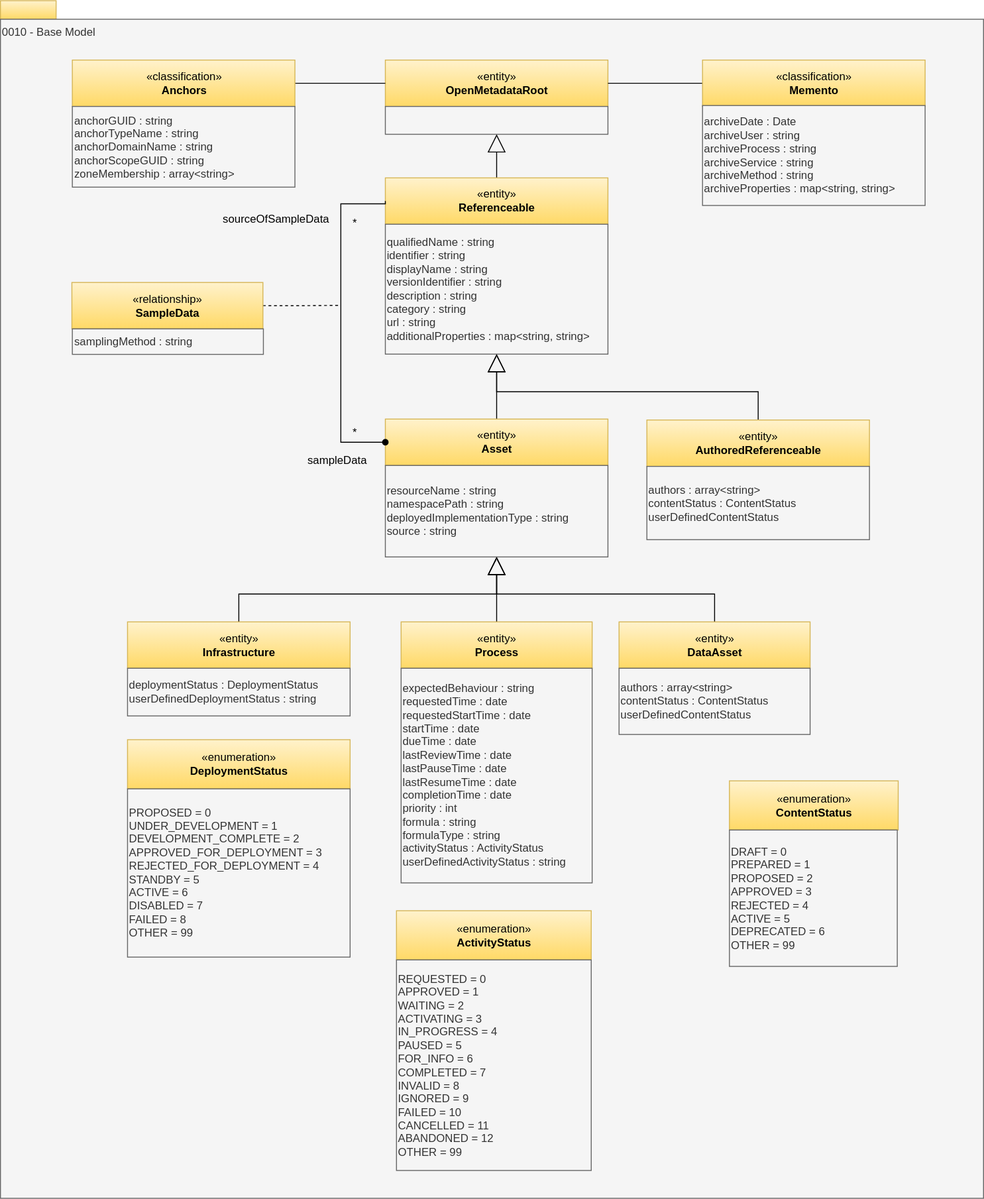
The draw.io diagram site/docs/types/0/0010-Base-Model.svg in odpi/egeria-docs, before a commit. Source tidied: cells renumbered, new cells last; positions are measured from the earlier drawing's top-left corner, leaving out a move shared by most shapes.
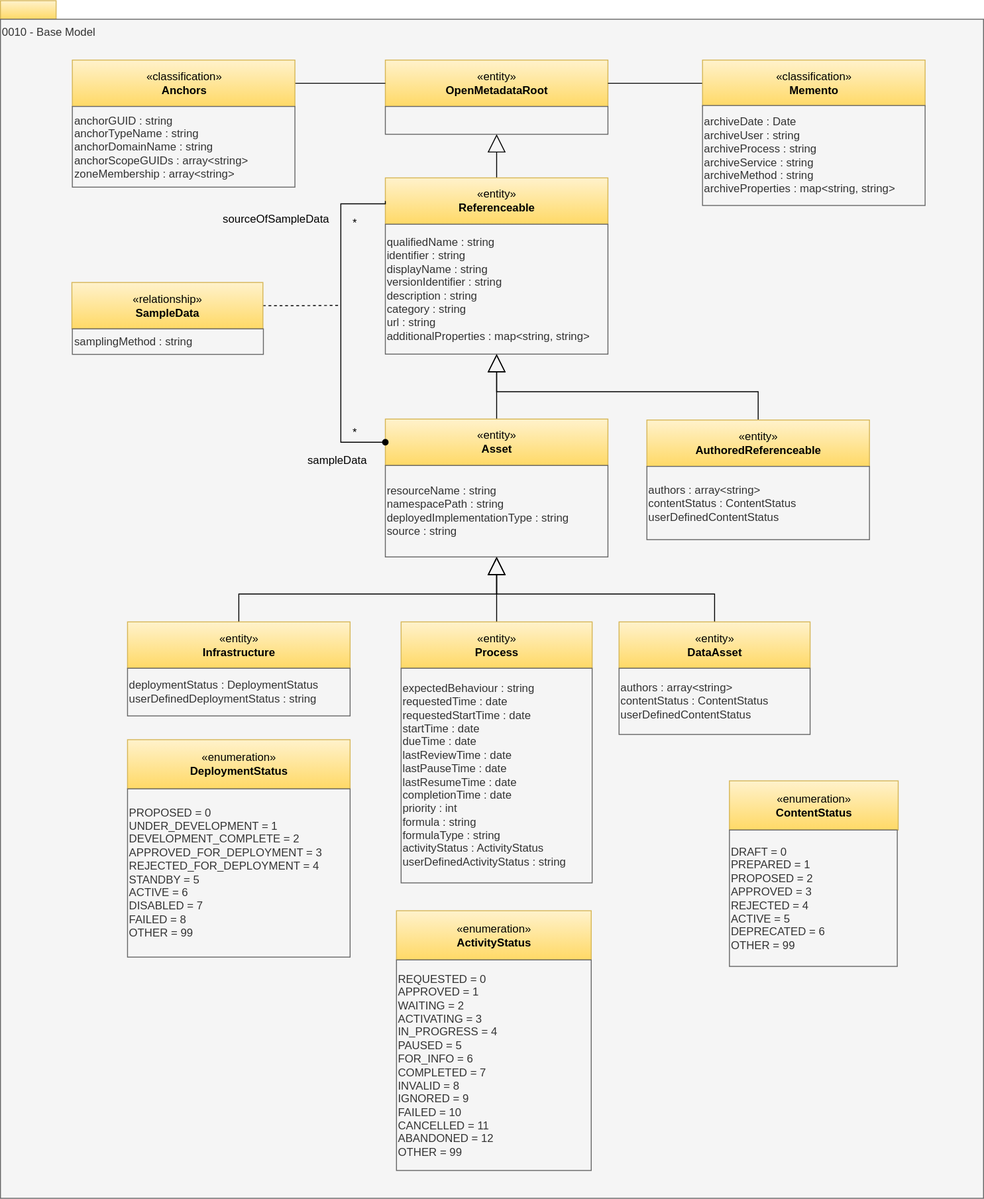
The same diagram one commit later.

What changed in the source:
```diff
@@ -62,7 +62,7 @@
     <mxCell id="21" value="«classification»&lt;br&gt;&lt;b&gt;Anchors&lt;/b&gt;" style="html=1;strokeColor=#d6b656;align=center;fillColor=#fff2cc;gradientColor=#ffd966;" parent="1" vertex="1">
       <mxGeometry x="77.5" y="64" width="240" height="50" as="geometry" />
     </mxCell>
-    <mxCell id="22" value="anchorGUID : string&lt;br&gt;anchorTypeName : string&lt;br&gt;&lt;div style=&quot;text-align: left&quot;&gt;&lt;/div&gt;&lt;div&gt;anchorDomainName : string&lt;/div&gt;&lt;div&gt;anchorScopeGUID : string&lt;/div&gt;&lt;div&gt;zoneMembership : array&amp;lt;string&amp;gt;&lt;/div&gt;" style="rounded=0;whiteSpace=wrap;html=1;strokeColor=#666666;align=left;fillColor=#f5f5f5;fontColor=#333333;" parent="1" vertex="1">
+    <mxCell id="22" value="anchorGUID : string&lt;br&gt;anchorTypeName : string&lt;br&gt;&lt;div style=&quot;text-align: left&quot;&gt;&lt;/div&gt;&lt;div&gt;anchorDomainName : string&lt;/div&gt;&lt;div&gt;anchorScopeGUIDs : array&amp;lt;string&amp;gt;&lt;/div&gt;&lt;div&gt;zoneMembership : array&amp;lt;string&amp;gt;&lt;/div&gt;" style="rounded=0;whiteSpace=wrap;html=1;strokeColor=#666666;align=left;fillColor=#f5f5f5;fontColor=#333333;" parent="1" vertex="1">
       <mxGeometry x="77.5" y="114" width="240" height="87" as="geometry" />
     </mxCell>
     <mxCell id="23" style="edgeStyle=none;rounded=0;jettySize=auto;html=1;exitX=0;exitY=0.5;exitDx=0;exitDy=0;entryX=1;entryY=0.5;entryDx=0;entryDy=0;endArrow=none;endFill=0;" parent="1" edge="1" source="24" target="18">
```
